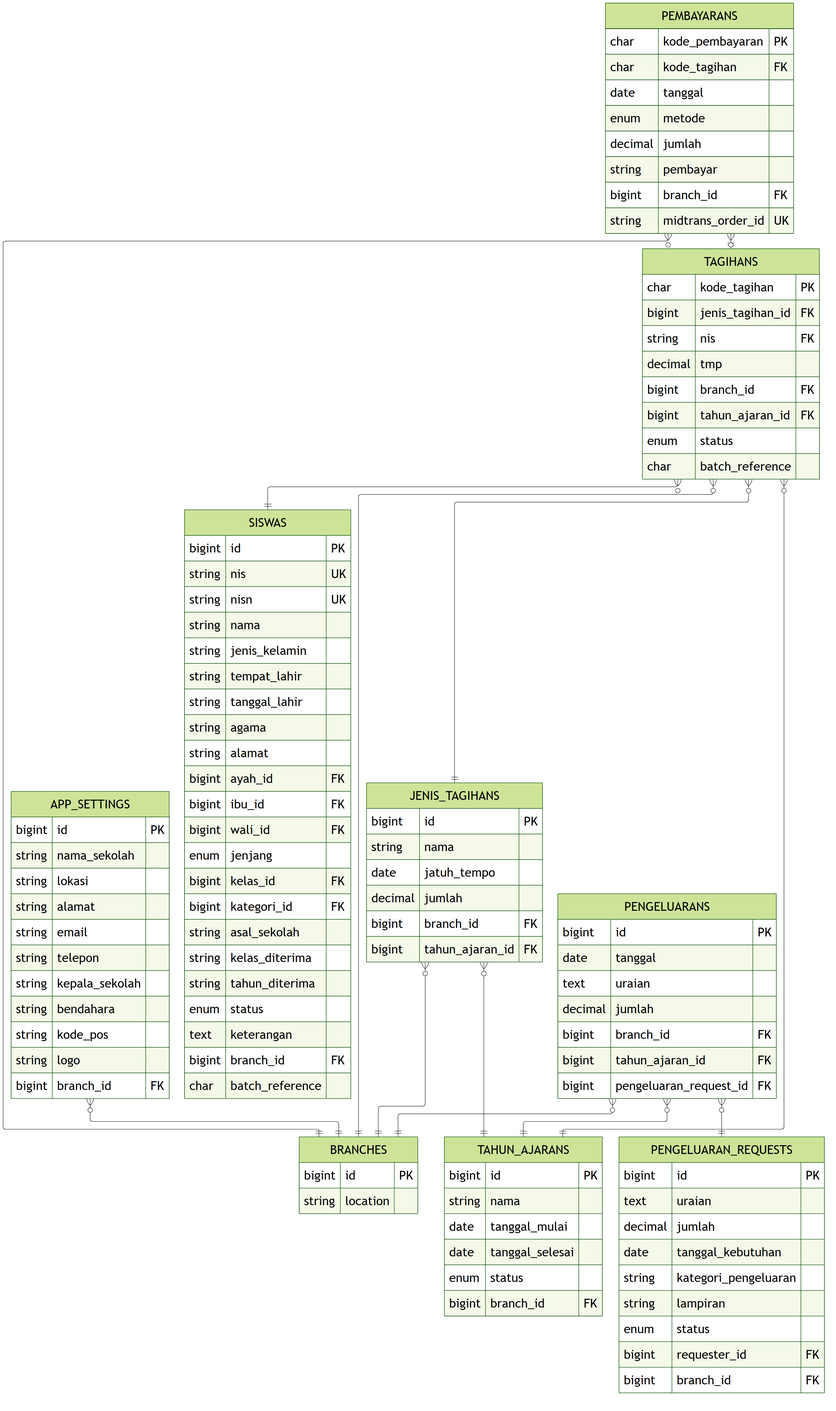
The Mermaid diagram document/aset-laporan/mermaid-erd/export/transaksi-keuangan.png in Fathurrahman-R/Manajemen-Keuangan-dan-SPP-Handayani, before a commit. Its source is kept beside it as document/aset-laporan/mermaid-erd/transaksi-keuangan.mmd.
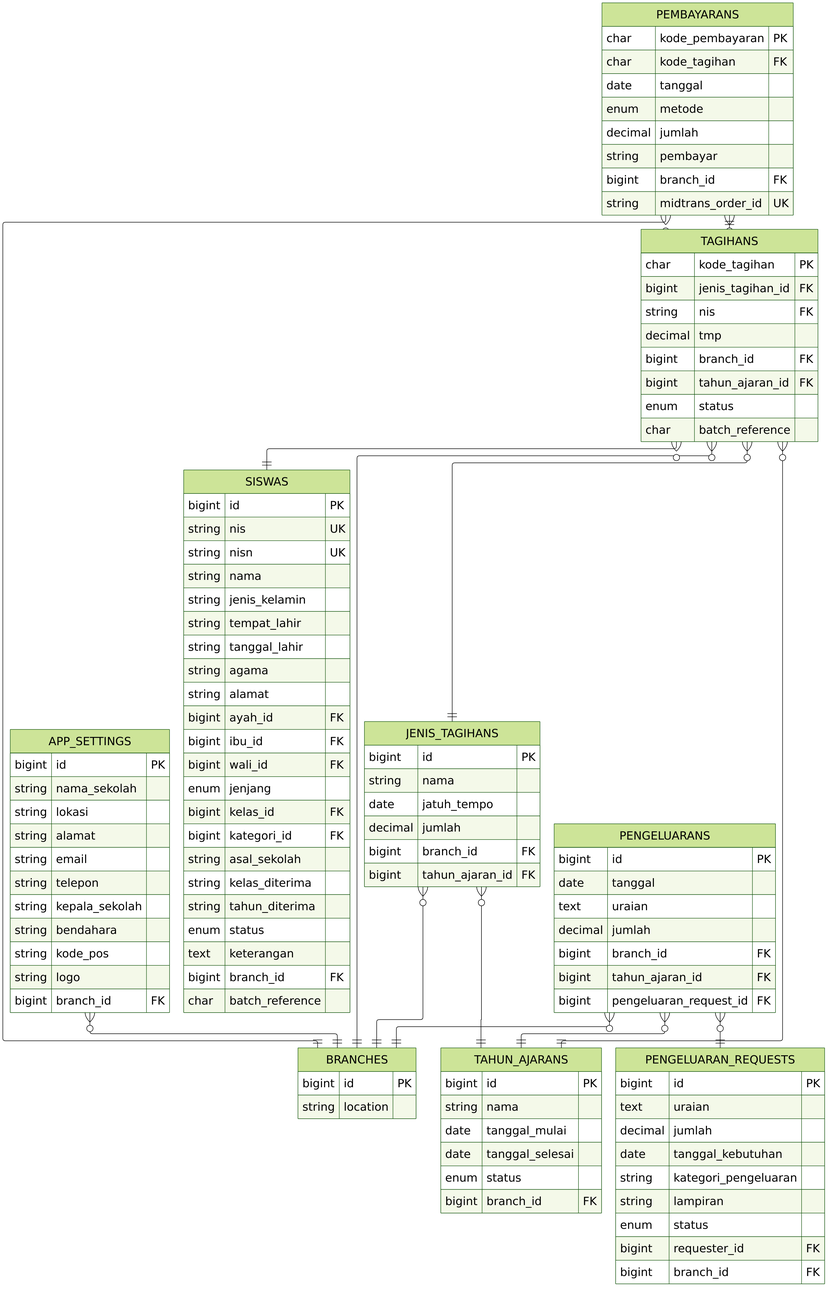
Above is the later version.

The edit, as a diff of the source:
```diff
@@ -3,7 +3,7 @@
         'theme': 'forest',
         'layout': 'elk',
         'themeVariables': {'fontSize': '32px'},
-        'themeCSS': '.edgeLabel, .edgeLabel p { font-size: 32px !important; }'
+        'themeCSS': '.edgeLabel, .edgeLabel p { font-size: 32px !important; } .relationshipLine { stroke-width: 1.5px !important; }'
     }
 }%%
 erDiagram
```
